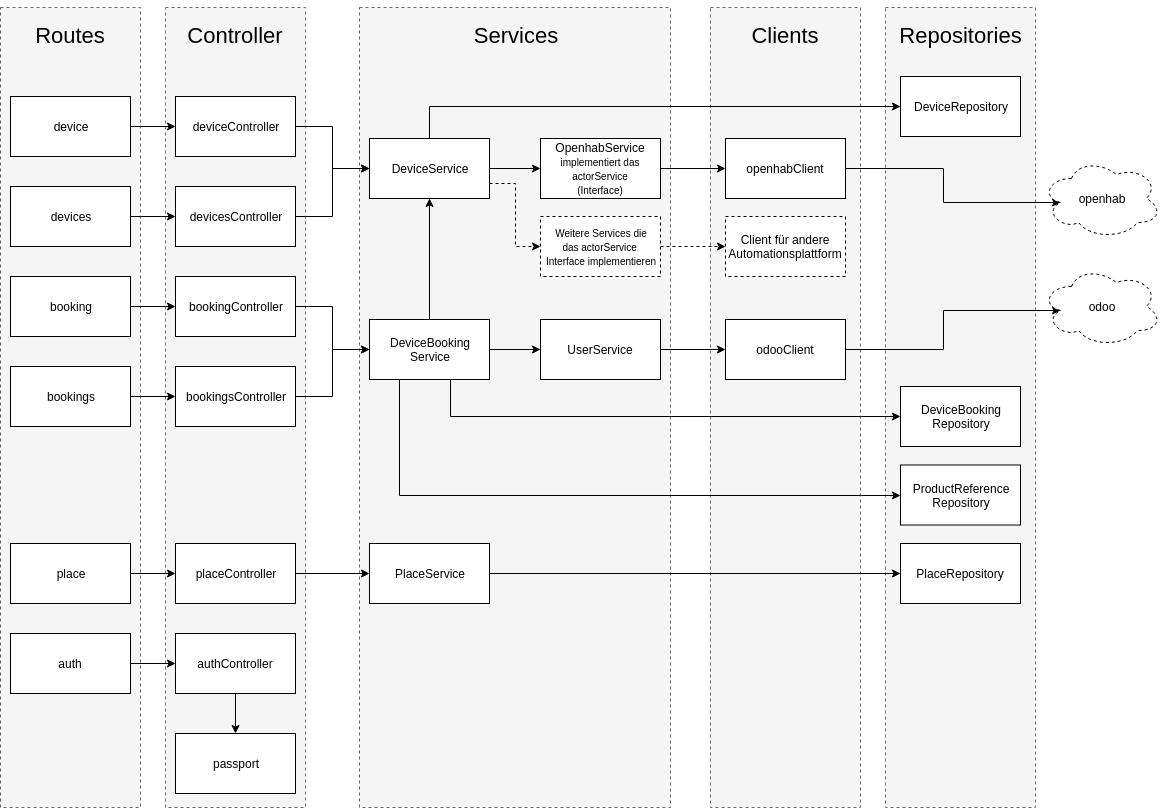
This is readme/softwareArchitecture.png from faaaaabi/fablab-api-gateway, a draw.io export, as it was before one commit. Source tidied: cells renumbered, new cells last; positions are measured from the earlier drawing's top-left corner, leaving out a move shared by most shapes. The source it was exported from:
```xml
<mxGraphModel>
  <root>
    <mxCell id="0" />
    <mxCell id="1" parent="0" />
    <mxCell id="2" style="rounded=0;whiteSpace=wrap;html=1;dashed=1;fillColor=#f5f5f5;strokeColor=#666666;fontColor=#333333;" parent="1" vertex="1">
      <mxGeometry x="885" y="7" width="150" height="800" as="geometry" />
    </mxCell>
    <mxCell id="3" style="rounded=0;whiteSpace=wrap;html=1;dashed=1;fillColor=#f5f5f5;strokeColor=#666666;fontColor=#333333;" parent="1" vertex="1">
      <mxGeometry x="710" y="7" width="150" height="800" as="geometry" />
    </mxCell>
    <mxCell id="4" style="rounded=0;whiteSpace=wrap;html=1;dashed=1;fillColor=#f5f5f5;strokeColor=#666666;fontColor=#333333;" parent="1" vertex="1">
      <mxGeometry x="359" y="7" width="311" height="800" as="geometry" />
    </mxCell>
    <mxCell id="5" style="rounded=0;whiteSpace=wrap;html=1;dashed=1;fillColor=#f5f5f5;strokeColor=#666666;fontColor=#333333;" parent="1" vertex="1">
      <mxGeometry x="165" y="7" width="140" height="800" as="geometry" />
    </mxCell>
    <mxCell id="6" style="rounded=0;whiteSpace=wrap;html=1;dashed=1;fillColor=#f5f5f5;strokeColor=#666666;fontColor=#333333;" parent="1" vertex="1">
      <mxGeometry y="7" width="140" height="800" as="geometry" />
    </mxCell>
    <mxCell id="7" value="&lt;font style=&quot;font-size: 22px&quot;&gt;Routes&lt;/font&gt;" style="text;html=1;strokeColor=none;fillColor=none;align=center;verticalAlign=middle;whiteSpace=wrap;rounded=0;" parent="1" vertex="1">
      <mxGeometry x="15" width="110" height="70" as="geometry" />
    </mxCell>
    <mxCell id="8" value="&lt;font style=&quot;font-size: 22px&quot;&gt;Controller&lt;br&gt;&lt;/font&gt;" style="text;html=1;strokeColor=none;fillColor=none;align=center;verticalAlign=middle;whiteSpace=wrap;rounded=0;" parent="1" vertex="1">
      <mxGeometry x="180" width="110" height="70" as="geometry" />
    </mxCell>
    <mxCell id="9" value="&lt;font style=&quot;font-size: 22px&quot;&gt;Services&lt;br&gt;&lt;/font&gt;" style="text;html=1;strokeColor=none;fillColor=none;align=center;verticalAlign=middle;whiteSpace=wrap;rounded=0;" parent="1" vertex="1">
      <mxGeometry x="459.5" width="110" height="70" as="geometry" />
    </mxCell>
    <mxCell id="10" value="&lt;font style=&quot;font-size: 22px&quot;&gt;Clients&lt;br&gt;&lt;/font&gt;" style="text;html=1;strokeColor=none;fillColor=none;align=center;verticalAlign=middle;whiteSpace=wrap;rounded=0;" parent="1" vertex="1">
      <mxGeometry x="730" width="110" height="70" as="geometry" />
    </mxCell>
    <mxCell id="11" value="&lt;font style=&quot;font-size: 22px&quot;&gt;Repositories&lt;br&gt;&lt;/font&gt;" style="text;html=1;strokeColor=none;fillColor=none;align=center;verticalAlign=middle;whiteSpace=wrap;rounded=0;" parent="1" vertex="1">
      <mxGeometry x="905" width="110" height="70" as="geometry" />
    </mxCell>
    <mxCell id="12" style="edgeStyle=orthogonalEdgeStyle;rounded=0;jettySize=auto;html=1;exitX=1;exitY=0.5;exitDx=0;exitDy=0;entryX=0;entryY=0.5;entryDx=0;entryDy=0;" parent="1" edge="1" source="13" target="25">
      <mxGeometry relative="1" as="geometry" />
    </mxCell>
    <mxCell id="13" value="device" style="rounded=0;whiteSpace=wrap;html=1;" parent="1" vertex="1">
      <mxGeometry x="10" y="96" width="120" height="60" as="geometry" />
    </mxCell>
    <mxCell id="14" style="edgeStyle=orthogonalEdgeStyle;rounded=0;jettySize=auto;html=1;exitX=1;exitY=0.5;exitDx=0;exitDy=0;entryX=0;entryY=0.5;entryDx=0;entryDy=0;" parent="1" edge="1" source="15" target="27">
      <mxGeometry relative="1" as="geometry" />
    </mxCell>
    <mxCell id="15" value="devices" style="rounded=0;whiteSpace=wrap;html=1;" parent="1" vertex="1">
      <mxGeometry x="10" y="186" width="120" height="60" as="geometry" />
    </mxCell>
    <mxCell id="16" style="edgeStyle=orthogonalEdgeStyle;rounded=0;jettySize=auto;html=1;exitX=1;exitY=0.5;exitDx=0;exitDy=0;entryX=0;entryY=0.5;entryDx=0;entryDy=0;" parent="1" edge="1" source="17" target="29">
      <mxGeometry relative="1" as="geometry" />
    </mxCell>
    <mxCell id="17" value="booking" style="rounded=0;whiteSpace=wrap;html=1;" parent="1" vertex="1">
      <mxGeometry x="10" y="276" width="120" height="60" as="geometry" />
    </mxCell>
    <mxCell id="18" style="edgeStyle=orthogonalEdgeStyle;rounded=0;jettySize=auto;html=1;exitX=1;exitY=0.5;exitDx=0;exitDy=0;entryX=0;entryY=0.5;entryDx=0;entryDy=0;" parent="1" edge="1" source="19" target="31">
      <mxGeometry relative="1" as="geometry" />
    </mxCell>
    <mxCell id="19" value="bookings" style="rounded=0;whiteSpace=wrap;html=1;" parent="1" vertex="1">
      <mxGeometry x="10" y="366" width="120" height="60" as="geometry" />
    </mxCell>
    <mxCell id="20" style="edgeStyle=orthogonalEdgeStyle;rounded=0;jettySize=auto;html=1;exitX=1;exitY=0.5;exitDx=0;exitDy=0;" parent="1" edge="1" source="21" target="33">
      <mxGeometry relative="1" as="geometry" />
    </mxCell>
    <mxCell id="21" value="place" style="rounded=0;whiteSpace=wrap;html=1;" parent="1" vertex="1">
      <mxGeometry x="10" y="543" width="120" height="60" as="geometry" />
    </mxCell>
    <mxCell id="22" style="edgeStyle=orthogonalEdgeStyle;rounded=0;jettySize=auto;html=1;exitX=1;exitY=0.5;exitDx=0;exitDy=0;entryX=0;entryY=0.5;entryDx=0;entryDy=0;" parent="1" edge="1" source="23" target="35">
      <mxGeometry relative="1" as="geometry" />
    </mxCell>
    <mxCell id="23" value="auth" style="rounded=0;whiteSpace=wrap;html=1;" parent="1" vertex="1">
      <mxGeometry x="10" y="633" width="120" height="60" as="geometry" />
    </mxCell>
    <mxCell id="24" style="edgeStyle=orthogonalEdgeStyle;rounded=0;jettySize=auto;html=1;exitX=1;exitY=0.5;exitDx=0;exitDy=0;" parent="1" edge="1" source="25" target="39">
      <mxGeometry relative="1" as="geometry" />
    </mxCell>
    <mxCell id="25" value="deviceController&lt;br&gt;" style="rounded=0;whiteSpace=wrap;html=1;" parent="1" vertex="1">
      <mxGeometry x="175" y="96" width="120" height="60" as="geometry" />
    </mxCell>
    <mxCell id="26" style="edgeStyle=orthogonalEdgeStyle;rounded=0;jettySize=auto;html=1;exitX=1;exitY=0.5;exitDx=0;exitDy=0;entryX=0;entryY=0.5;entryDx=0;entryDy=0;" parent="1" edge="1" source="27" target="39">
      <mxGeometry relative="1" as="geometry" />
    </mxCell>
    <mxCell id="27" value="devicesController&lt;br&gt;" style="rounded=0;whiteSpace=wrap;html=1;" parent="1" vertex="1">
      <mxGeometry x="175" y="186" width="120" height="60" as="geometry" />
    </mxCell>
    <mxCell id="28" style="edgeStyle=orthogonalEdgeStyle;rounded=0;jettySize=auto;html=1;exitX=1;exitY=0.5;exitDx=0;exitDy=0;entryX=0;entryY=0.5;entryDx=0;entryDy=0;" parent="1" edge="1" source="29" target="44">
      <mxGeometry relative="1" as="geometry" />
    </mxCell>
    <mxCell id="29" value="bookingController&lt;br&gt;" style="rounded=0;whiteSpace=wrap;html=1;" parent="1" vertex="1">
      <mxGeometry x="175" y="276" width="120" height="60" as="geometry" />
    </mxCell>
    <mxCell id="30" style="edgeStyle=orthogonalEdgeStyle;rounded=0;jettySize=auto;html=1;exitX=1;exitY=0.5;exitDx=0;exitDy=0;entryX=0;entryY=0.5;entryDx=0;entryDy=0;" parent="1" edge="1" source="31" target="44">
      <mxGeometry relative="1" as="geometry" />
    </mxCell>
    <mxCell id="31" value="bookingsController&lt;br&gt;" style="rounded=0;whiteSpace=wrap;html=1;" parent="1" vertex="1">
      <mxGeometry x="175" y="366" width="120" height="60" as="geometry" />
    </mxCell>
    <mxCell id="32" style="edgeStyle=orthogonalEdgeStyle;rounded=0;jettySize=auto;html=1;exitX=1;exitY=0.5;exitDx=0;exitDy=0;entryX=0;entryY=0.5;entryDx=0;entryDy=0;" parent="1" edge="1" source="33" target="46">
      <mxGeometry relative="1" as="geometry" />
    </mxCell>
    <mxCell id="33" value="placeController" style="rounded=0;whiteSpace=wrap;html=1;" parent="1" vertex="1">
      <mxGeometry x="175" y="543" width="120" height="60" as="geometry" />
    </mxCell>
    <mxCell id="34" style="edgeStyle=orthogonalEdgeStyle;rounded=0;jettySize=auto;html=1;exitX=0.5;exitY=1;exitDx=0;exitDy=0;entryX=0.5;entryY=0;entryDx=0;entryDy=0;" parent="1" edge="1" source="35" target="47">
      <mxGeometry relative="1" as="geometry" />
    </mxCell>
    <mxCell id="35" value="authController" style="rounded=0;whiteSpace=wrap;html=1;" parent="1" vertex="1">
      <mxGeometry x="175" y="633" width="120" height="60" as="geometry" />
    </mxCell>
    <mxCell id="36" style="edgeStyle=orthogonalEdgeStyle;rounded=0;jettySize=auto;html=1;exitX=1;exitY=0.5;exitDx=0;exitDy=0;" parent="1" edge="1" source="39" target="49">
      <mxGeometry relative="1" as="geometry" />
    </mxCell>
    <mxCell id="37" style="edgeStyle=orthogonalEdgeStyle;rounded=0;jettySize=auto;html=1;exitX=1;exitY=0.75;exitDx=0;exitDy=0;entryX=0;entryY=0.5;entryDx=0;entryDy=0;dashed=1;" parent="1" edge="1" source="39" target="54">
      <mxGeometry relative="1" as="geometry" />
    </mxCell>
    <mxCell id="38" style="edgeStyle=orthogonalEdgeStyle;rounded=0;jettySize=auto;html=1;exitX=0.5;exitY=0;exitDx=0;exitDy=0;entryX=0;entryY=0.5;entryDx=0;entryDy=0;" parent="1" edge="1" source="39" target="59">
      <mxGeometry relative="1" as="geometry" />
    </mxCell>
    <mxCell id="39" value="DeviceService&lt;br&gt;" style="rounded=0;whiteSpace=wrap;html=1;" parent="1" vertex="1">
      <mxGeometry x="369" y="138" width="120" height="60" as="geometry" />
    </mxCell>
    <mxCell id="40" style="edgeStyle=orthogonalEdgeStyle;rounded=0;jettySize=auto;html=1;exitX=0.5;exitY=0;exitDx=0;exitDy=0;entryX=0.5;entryY=1;entryDx=0;entryDy=0;" parent="1" edge="1" source="44" target="39">
      <mxGeometry relative="1" as="geometry" />
    </mxCell>
    <mxCell id="41" style="edgeStyle=orthogonalEdgeStyle;rounded=0;jettySize=auto;html=1;exitX=1;exitY=0.5;exitDx=0;exitDy=0;entryX=0;entryY=0.5;entryDx=0;entryDy=0;" parent="1" edge="1" source="44" target="58">
      <mxGeometry relative="1" as="geometry" />
    </mxCell>
    <mxCell id="42" style="edgeStyle=orthogonalEdgeStyle;rounded=0;jettySize=auto;html=1;exitX=0.5;exitY=1;exitDx=0;exitDy=0;entryX=0;entryY=0.5;entryDx=0;entryDy=0;" parent="1" edge="1" source="44" target="60">
      <mxGeometry relative="1" as="geometry">
        <Array as="points">
          <mxPoint x="450" y="379" />
          <mxPoint x="450" y="416" />
        </Array>
      </mxGeometry>
    </mxCell>
    <mxCell id="43" style="edgeStyle=orthogonalEdgeStyle;rounded=0;jettySize=auto;html=1;exitX=0.25;exitY=1;exitDx=0;exitDy=0;entryX=0;entryY=0.5;entryDx=0;entryDy=0;" parent="1" edge="1" source="44" target="62">
      <mxGeometry relative="1" as="geometry" />
    </mxCell>
    <mxCell id="44" value="DeviceBooking&lt;br&gt;Service&lt;br&gt;" style="rounded=0;whiteSpace=wrap;html=1;" parent="1" vertex="1">
      <mxGeometry x="369" y="319" width="120" height="60" as="geometry" />
    </mxCell>
    <mxCell id="45" style="edgeStyle=orthogonalEdgeStyle;rounded=0;jettySize=auto;html=1;exitX=1;exitY=0.5;exitDx=0;exitDy=0;entryX=0;entryY=0.5;entryDx=0;entryDy=0;" parent="1" edge="1" source="46" target="61">
      <mxGeometry relative="1" as="geometry" />
    </mxCell>
    <mxCell id="46" value="PlaceService&lt;br&gt;" style="rounded=0;whiteSpace=wrap;html=1;" parent="1" vertex="1">
      <mxGeometry x="369" y="543" width="120" height="60" as="geometry" />
    </mxCell>
    <mxCell id="47" value="passport" style="rounded=0;whiteSpace=wrap;html=1;" parent="1" vertex="1">
      <mxGeometry x="175" y="733" width="120" height="60" as="geometry" />
    </mxCell>
    <mxCell id="48" style="edgeStyle=orthogonalEdgeStyle;rounded=0;jettySize=auto;html=1;exitX=1;exitY=0.5;exitDx=0;exitDy=0;entryX=0;entryY=0.5;entryDx=0;entryDy=0;" parent="1" edge="1" source="49" target="51">
      <mxGeometry relative="1" as="geometry" />
    </mxCell>
    <mxCell id="49" value="OpenhabService&lt;br&gt;&lt;font style=&quot;font-size: 10px&quot;&gt;implementiert das&lt;br&gt;actorService&lt;br&gt;(Interface)&lt;/font&gt;&lt;br&gt;" style="rounded=0;whiteSpace=wrap;html=1;" parent="1" vertex="1">
      <mxGeometry x="540" y="138" width="120" height="60" as="geometry" />
    </mxCell>
    <mxCell id="50" style="edgeStyle=orthogonalEdgeStyle;rounded=0;jettySize=auto;html=1;exitX=1;exitY=0.5;exitDx=0;exitDy=0;entryX=0.16;entryY=0.55;entryDx=0;entryDy=0;entryPerimeter=0;" parent="1" edge="1" source="51" target="63">
      <mxGeometry relative="1" as="geometry" />
    </mxCell>
    <mxCell id="51" value="openhabClient&lt;br&gt;" style="rounded=0;whiteSpace=wrap;html=1;" parent="1" vertex="1">
      <mxGeometry x="725" y="138" width="120" height="60" as="geometry" />
    </mxCell>
    <mxCell id="52" value="Client für andere Automationsplattform" style="rounded=0;whiteSpace=wrap;html=1;dashed=1;" parent="1" vertex="1">
      <mxGeometry x="725" y="216" width="120" height="60" as="geometry" />
    </mxCell>
    <mxCell id="53" style="edgeStyle=orthogonalEdgeStyle;rounded=0;jettySize=auto;html=1;exitX=1;exitY=0.5;exitDx=0;exitDy=0;entryX=0;entryY=0.5;entryDx=0;entryDy=0;dashed=1;" parent="1" edge="1" source="54" target="52">
      <mxGeometry relative="1" as="geometry" />
    </mxCell>
    <mxCell id="54" value="&lt;font style=&quot;font-size: 10px&quot;&gt;Weitere Services die&lt;br&gt;das actorService&amp;nbsp;&lt;br&gt;Interface implementieren&lt;/font&gt;&lt;br&gt;" style="rounded=0;whiteSpace=wrap;html=1;dashed=1;" parent="1" vertex="1">
      <mxGeometry x="540" y="216" width="120" height="60" as="geometry" />
    </mxCell>
    <mxCell id="55" style="edgeStyle=orthogonalEdgeStyle;rounded=0;jettySize=auto;html=1;exitX=1;exitY=0.5;exitDx=0;exitDy=0;entryX=0.16;entryY=0.55;entryDx=0;entryDy=0;entryPerimeter=0;" parent="1" edge="1" source="56" target="64">
      <mxGeometry relative="1" as="geometry" />
    </mxCell>
    <mxCell id="56" value="odooClient&lt;br&gt;" style="rounded=0;whiteSpace=wrap;html=1;" parent="1" vertex="1">
      <mxGeometry x="725" y="319" width="120" height="60" as="geometry" />
    </mxCell>
    <mxCell id="57" style="edgeStyle=orthogonalEdgeStyle;rounded=0;jettySize=auto;html=1;exitX=1;exitY=0.5;exitDx=0;exitDy=0;entryX=0;entryY=0.5;entryDx=0;entryDy=0;" parent="1" edge="1" source="58" target="56">
      <mxGeometry relative="1" as="geometry" />
    </mxCell>
    <mxCell id="58" value="UserService&lt;br&gt;" style="rounded=0;whiteSpace=wrap;html=1;" parent="1" vertex="1">
      <mxGeometry x="540" y="319" width="120" height="60" as="geometry" />
    </mxCell>
    <mxCell id="59" value="DeviceRepository&lt;br&gt;" style="rounded=0;whiteSpace=wrap;html=1;" parent="1" vertex="1">
      <mxGeometry x="900" y="76" width="120" height="60" as="geometry" />
    </mxCell>
    <mxCell id="60" value="DeviceBooking&lt;br&gt;Repository&lt;br&gt;" style="rounded=0;whiteSpace=wrap;html=1;" parent="1" vertex="1">
      <mxGeometry x="900" y="386" width="120" height="60" as="geometry" />
    </mxCell>
    <mxCell id="61" value="PlaceRepository&lt;br&gt;" style="rounded=0;whiteSpace=wrap;html=1;" parent="1" vertex="1">
      <mxGeometry x="900" y="543" width="120" height="60" as="geometry" />
    </mxCell>
    <mxCell id="62" value="ProductReference&lt;br&gt;Repository&lt;br&gt;" style="rounded=0;whiteSpace=wrap;html=1;" parent="1" vertex="1">
      <mxGeometry x="900" y="464.5" width="120" height="60" as="geometry" />
    </mxCell>
    <mxCell id="63" value="openhab" style="ellipse;shape=cloud;whiteSpace=wrap;html=1;dashed=1;" parent="1" vertex="1">
      <mxGeometry x="1041" y="158" width="120" height="80" as="geometry" />
    </mxCell>
    <mxCell id="64" value="odoo" style="ellipse;shape=cloud;whiteSpace=wrap;html=1;dashed=1;" parent="1" vertex="1">
      <mxGeometry x="1041" y="266" width="120" height="80" as="geometry" />
    </mxCell>
  </root>
</mxGraphModel>
```
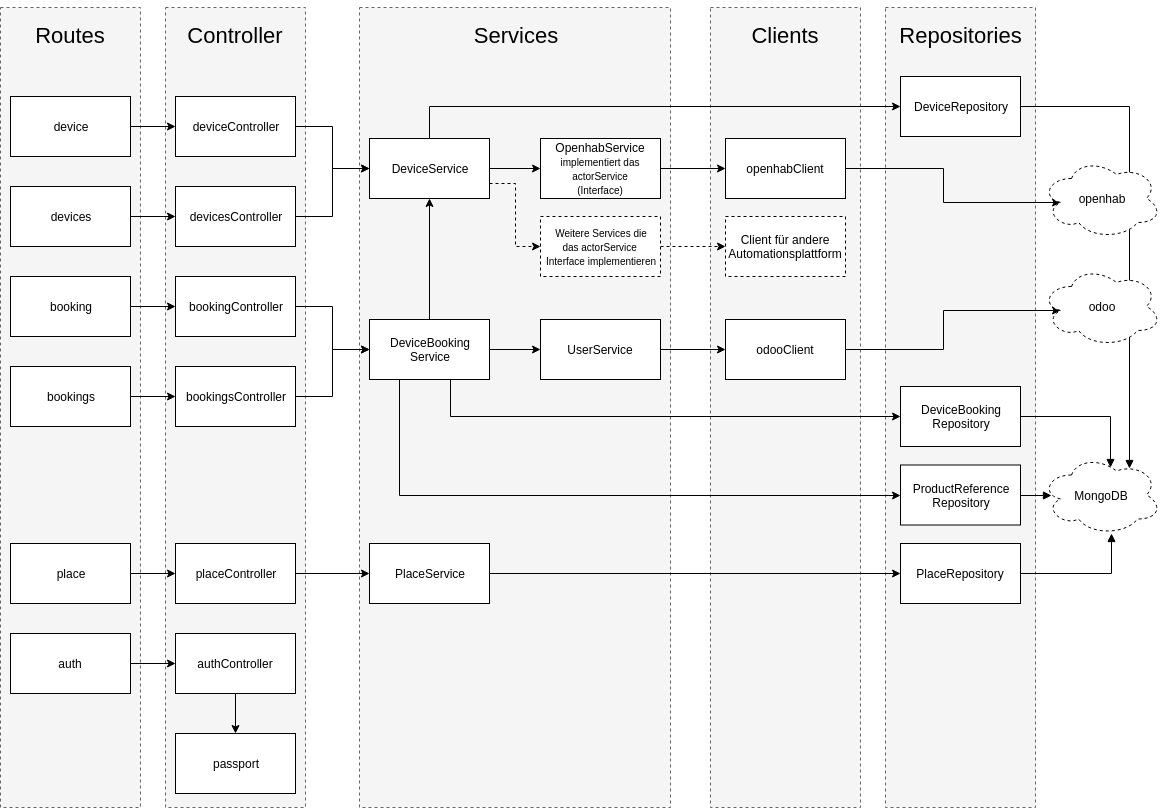
The same diagram one commit later.

The edit, as a diff of the source:
```diff
@@ -178,15 +178,27 @@
     <mxCell id="58" value="UserService&lt;br&gt;" style="rounded=0;whiteSpace=wrap;html=1;" parent="1" vertex="1">
       <mxGeometry x="540" y="319" width="120" height="60" as="geometry" />
     </mxCell>
+    <mxCell id="65" style="edgeStyle=orthogonalEdgeStyle;rounded=0;jettySize=auto;html=1;exitX=1;exitY=0.5;exitDx=0;exitDy=0;entryX=0.733;entryY=0.169;entryDx=0;entryDy=0;entryPerimeter=0;startArrow=none;startFill=0;endArrow=block;endFill=1;" parent="1" edge="1" source="59" target="69">
+      <mxGeometry relative="1" as="geometry" />
+    </mxCell>
     <mxCell id="59" value="DeviceRepository&lt;br&gt;" style="rounded=0;whiteSpace=wrap;html=1;" parent="1" vertex="1">
       <mxGeometry x="900" y="76" width="120" height="60" as="geometry" />
     </mxCell>
+    <mxCell id="66" style="edgeStyle=orthogonalEdgeStyle;rounded=0;jettySize=auto;html=1;exitX=1;exitY=0.5;exitDx=0;exitDy=0;entryX=0.578;entryY=0.15;entryDx=0;entryDy=0;entryPerimeter=0;startArrow=none;startFill=0;endArrow=block;endFill=1;" parent="1" edge="1" source="60" target="69">
+      <mxGeometry relative="1" as="geometry" />
+    </mxCell>
     <mxCell id="60" value="DeviceBooking&lt;br&gt;Repository&lt;br&gt;" style="rounded=0;whiteSpace=wrap;html=1;" parent="1" vertex="1">
       <mxGeometry x="900" y="386" width="120" height="60" as="geometry" />
     </mxCell>
+    <mxCell id="67" style="edgeStyle=orthogonalEdgeStyle;rounded=0;jettySize=auto;html=1;exitX=1;exitY=0.5;exitDx=0;exitDy=0;entryX=0.583;entryY=0.976;entryDx=0;entryDy=0;entryPerimeter=0;startArrow=none;startFill=0;endArrow=block;endFill=1;" parent="1" edge="1" source="61" target="69">
+      <mxGeometry relative="1" as="geometry" />
+    </mxCell>
     <mxCell id="61" value="PlaceRepository&lt;br&gt;" style="rounded=0;whiteSpace=wrap;html=1;" parent="1" vertex="1">
       <mxGeometry x="900" y="543" width="120" height="60" as="geometry" />
     </mxCell>
+    <mxCell id="68" style="edgeStyle=orthogonalEdgeStyle;rounded=0;jettySize=auto;html=1;exitX=1;exitY=0.5;exitDx=0;exitDy=0;entryX=0.083;entryY=0.501;entryDx=0;entryDy=0;entryPerimeter=0;startArrow=none;startFill=0;endArrow=block;endFill=1;" parent="1" edge="1" source="62" target="69">
+      <mxGeometry relative="1" as="geometry" />
+    </mxCell>
     <mxCell id="62" value="ProductReference&lt;br&gt;Repository&lt;br&gt;" style="rounded=0;whiteSpace=wrap;html=1;" parent="1" vertex="1">
       <mxGeometry x="900" y="464.5" width="120" height="60" as="geometry" />
     </mxCell>
@@ -196,5 +208,8 @@
     <mxCell id="64" value="odoo" style="ellipse;shape=cloud;whiteSpace=wrap;html=1;dashed=1;" parent="1" vertex="1">
       <mxGeometry x="1041" y="266" width="120" height="80" as="geometry" />
     </mxCell>
+    <mxCell id="69" value="MongoDB&lt;br&gt;" style="ellipse;shape=cloud;whiteSpace=wrap;html=1;dashed=1;" parent="1" vertex="1">
+      <mxGeometry x="1041" y="454.5" width="120" height="80" as="geometry" />
+    </mxCell>
   </root>
 </mxGraphModel>
```
